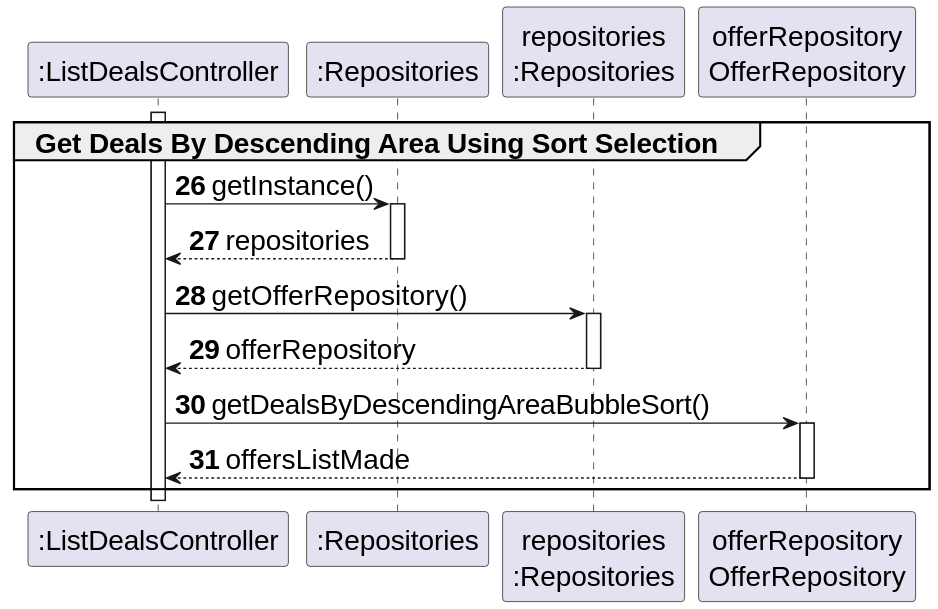
Above: docs/sprintD/US017/03.design/svg/us17-sequence-diagram-partial-getDealsByDescendingAreaSortSelection.svg in PureNimble/ISEP-LAPR2 (PlantUML), before the change. Source of this version:
```plantuml
@startuml
skinparamlocked defaultFontSize 20

participant ":ListDealsController" as ListDealsController
participant ":Repositories" as RepositorySingleton
participant "repositories\n:Repositories" as PLAT
participant "offerRepository\nOfferRepository" as OfferRepository

autonumber  26

Group Get Deals By Descending Area Using Sort Selection

activate ListDealsController

                ListDealsController -> RepositorySingleton : getInstance()
                activate RepositorySingleton

                    RepositorySingleton --> ListDealsController: repositories
                deactivate RepositorySingleton

                ListDealsController -> PLAT : getOfferRepository()
                activate PLAT

                    PLAT --> ListDealsController: offerRepository
                deactivate PLAT

                ListDealsController -> OfferRepository : getDealsByDescendingAreaBubbleSort()
                activate OfferRepository

                    OfferRepository --> ListDealsController : offersListMade
                deactivate OfferRepository

end
@enduml
```
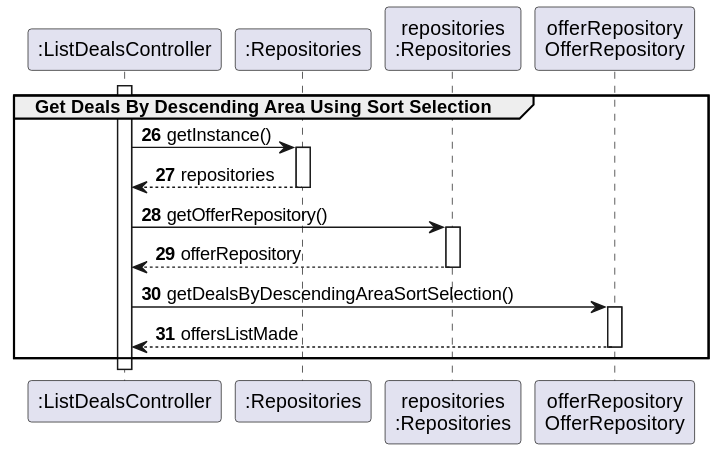
After the commit.

Diff of the diagram source:
```diff
@@ -1,6 +1,4 @@
 @startuml
-skinparamlocked defaultFontSize 20
-
 participant ":ListDealsController" as ListDealsController
 participant ":Repositories" as RepositorySingleton
 participant "repositories\n:Repositories" as PLAT
@@ -24,7 +22,7 @@
                     PLAT --> ListDealsController: offerRepository
                 deactivate PLAT
 
-                ListDealsController -> OfferRepository : getDealsByDescendingAreaBubbleSort()
+                ListDealsController -> OfferRepository : getDealsByDescendingAreaSortSelection()
                 activate OfferRepository
 
                     OfferRepository --> ListDealsController : offersListMade
```
